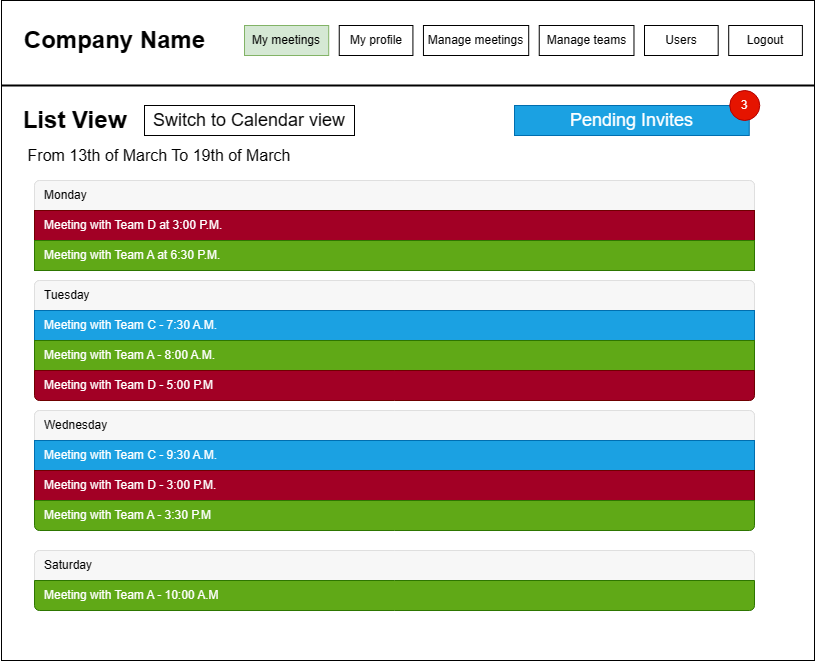
The draw.io diagram Dokumentáció/Pictures/Screen plans/my_meetings_list.drawio.png in gyorkistamas/afp2-2023-tavasz-stopinventing, before a commit. Source tidied: cells renumbered, new cells last; positions are measured from the earlier drawing's top-left corner, leaving out a move shared by most shapes.
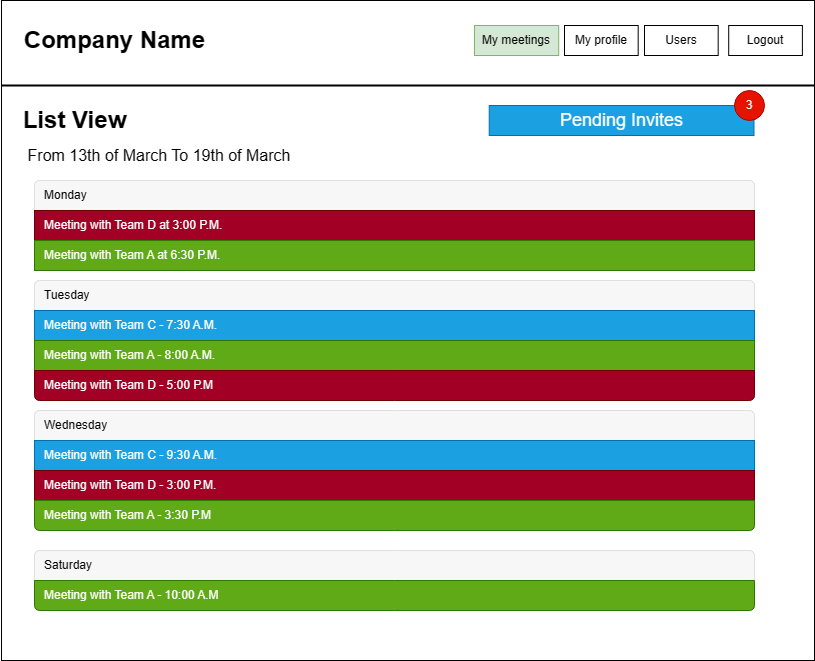
The same diagram one commit later.

Commit message:
Edited 'My meeting list view' screen plan

What changed in the source:
```diff
@@ -17,17 +17,11 @@
     <mxCell id="6" value="Users" style="rounded=0;whiteSpace=wrap;html=1;" parent="1" vertex="1">
       <mxGeometry x="643" y="25" width="73.7" height="30" as="geometry" />
     </mxCell>
-    <mxCell id="7" value="Manage teams" style="rounded=0;whiteSpace=wrap;html=1;" parent="1" vertex="1">
-      <mxGeometry x="537.7" y="25" width="94.7" height="30" as="geometry" />
-    </mxCell>
-    <mxCell id="8" value="Manage meetings" style="rounded=0;whiteSpace=wrap;html=1;" parent="1" vertex="1">
-      <mxGeometry x="421.9" y="25" width="105.3" height="30" as="geometry" />
-    </mxCell>
     <mxCell id="9" value="My profile" style="rounded=0;whiteSpace=wrap;html=1;" parent="1" vertex="1">
-      <mxGeometry x="337.7" y="25" width="73.7" height="30" as="geometry" />
+      <mxGeometry x="563" y="25" width="73.7" height="30" as="geometry" />
     </mxCell>
     <mxCell id="10" value="My meetings" style="rounded=0;whiteSpace=wrap;html=1;fillColor=#d5e8d4;strokeColor=#82b366;" parent="1" vertex="1">
-      <mxGeometry x="243" y="25" width="84.2" height="30" as="geometry" />
+      <mxGeometry x="473" y="25" width="84.2" height="30" as="geometry" />
     </mxCell>
     <mxCell id="11" value="List View" style="text;strokeColor=none;fillColor=none;html=1;fontSize=24;fontStyle=1;verticalAlign=middle;align=center;" parent="1" vertex="1">
       <mxGeometry x="23" y="100" width="100" height="40" as="geometry" />
@@ -104,16 +98,13 @@
         <mxPoint y="-30" as="offset" />
       </mxGeometry>
     </mxCell>
-    <mxCell id="30" value="&lt;font style=&quot;font-size: 18px;&quot;&gt;Switch to Calendar view&lt;/font&gt;" style="rounded=0;whiteSpace=wrap;html=1;" parent="1" vertex="1">
-      <mxGeometry x="143" y="105" width="210" height="30" as="geometry" />
-    </mxCell>
-    <mxCell id="31" style="group;" parent="1" vertex="1">
-      <mxGeometry x="553" y="90" width="205.3" height="45" as="geometry" />
-    </mxCell>
+    <mxCell id="34" style="group;" parent="1" vertex="1">
+      <mxGeometry x="557.7" y="90" width="205.3" height="45" as="geometry" />
+    </mxCell>
-    <mxCell id="32" value="&lt;font style=&quot;font-size: 18px;&quot;&gt;Pending Invites&lt;/font&gt;" style="rounded=0;whiteSpace=wrap;html=1;fillColor=#1ba1e2;fontColor=#ffffff;strokeColor=#006EAF;" parent="31" vertex="1">
-      <mxGeometry x="-40" y="15" width="234.7" height="30" as="geometry" />
+    <mxCell id="32" value="&lt;font style=&quot;font-size: 18px;&quot;&gt;Pending Invites&lt;/font&gt;" style="rounded=0;whiteSpace=wrap;html=1;fillColor=#1ba1e2;fontColor=#ffffff;strokeColor=#006EAF;" parent="34" vertex="1">
+      <mxGeometry x="-70" y="15" width="264.7" height="30" as="geometry" />
     </mxCell>
-    <mxCell id="33" value="3" style="ellipse;whiteSpace=wrap;html=1;fillColor=#e51400;fontColor=#ffffff;strokeColor=#B20000;" parent="31" vertex="1">
+    <mxCell id="33" value="3" style="ellipse;whiteSpace=wrap;html=1;fillColor=#e51400;fontColor=#ffffff;strokeColor=#B20000;" parent="34" vertex="1">
       <mxGeometry x="175.3" width="30" height="30" as="geometry" />
     </mxCell>
   </root>
```
